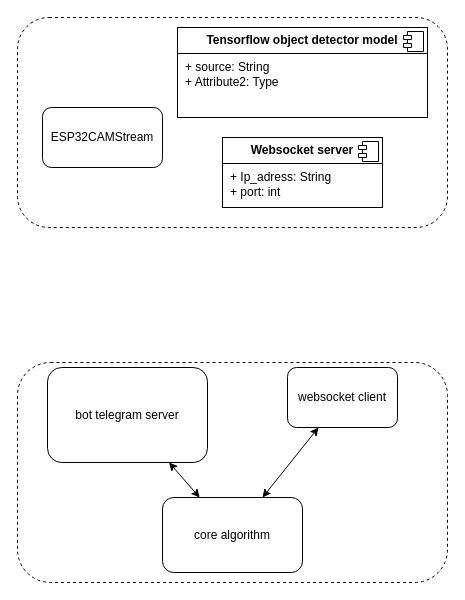
The draw.io diagram code/Module_analyse_image/architecture_logiciel.drawio in JonaBacho/sight-eyes, before the edit. Source tidied: cells renumbered, new cells numbered last; positions are measured from the earlier drawing's top-left corner, leaving out a move shared by most shapes. Both pictures are drawn from the tidied source at 100%, with x=0, y=0 at pixel (17, 17).
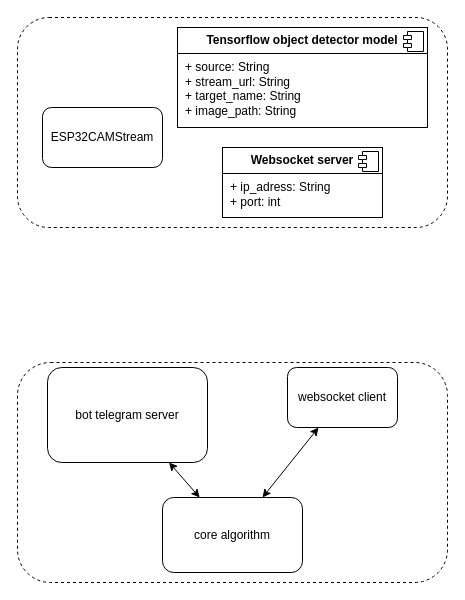
After the change.

Commit message (it also covers changes not shown here):
Mettre à jour architecture_logiciel.drawio

What changed in the source:
```diff
@@
 <mxGraphModel>
   <root>
     <mxCell id="0" />
     <mxCell id="1" parent="0" />
     <mxCell id="2" style="rounded=1;whiteSpace=wrap;html=1;dashed=1;" parent="1" vertex="1">
       <mxGeometry y="345" width="430" height="220" as="geometry" />
     </mxCell>
     <mxCell id="3" value="bot telegram server" style="rounded=1;whiteSpace=wrap;html=1;" parent="1" vertex="1">
       <mxGeometry x="30" y="350" width="160" height="95" as="geometry" />
     </mxCell>
     <mxCell id="4" value="websocket client" style="rounded=1;whiteSpace=wrap;html=1;" parent="1" vertex="1">
       <mxGeometry x="270" y="350" width="110" height="60" as="geometry" />
     </mxCell>
     <mxCell id="5" value="core algorithm" style="rounded=1;whiteSpace=wrap;html=1;" parent="1" vertex="1">
       <mxGeometry x="145" y="480" width="140" height="75" as="geometry" />
     </mxCell>
     <mxCell id="6" style="endArrow=classic;startArrow=classic;html=1;rounded=0;" parent="1" edge="1" source="5" target="3">
       <mxGeometry relative="1" as="geometry" />
     </mxCell>
     <mxCell id="7" style="endArrow=classic;startArrow=classic;html=1;rounded=0;" parent="1" edge="1" source="5" target="4">
       <mxGeometry relative="1" as="geometry" />
     </mxCell>
     <mxCell id="8" style="rounded=1;whiteSpace=wrap;html=1;dashed=1;" parent="1" vertex="1">
       <mxGeometry width="430" height="210" as="geometry" />
     </mxCell>
     <mxCell id="9" value="ESP32CAMStream" style="rounded=1;whiteSpace=wrap;html=1;" parent="1" vertex="1">
       <mxGeometry x="25" y="90" width="120" height="60" as="geometry" />
     </mxCell>
-    <mxCell id="10" value="&lt;p style=&quot;margin:0px;margin-top:6px;text-align:center;&quot;&gt;&lt;b&gt;Websocket server&lt;/b&gt;&lt;/p&gt;&lt;hr size=&quot;1&quot; style=&quot;border-style:solid;&quot;&gt;&lt;p style=&quot;margin:0px;margin-left:8px;&quot;&gt;+ Ip_adress: String&lt;br&gt;+ port: int&lt;/p&gt;" style="align=left;overflow=fill;html=1;whiteSpace=wrap;" parent="1" vertex="1">
-      <mxGeometry x="205" y="120" width="160" height="70" as="geometry" />
+    <mxCell id="10" value="&lt;p style=&quot;margin:0px;margin-top:6px;text-align:center;&quot;&gt;&lt;b&gt;Websocket server&lt;/b&gt;&lt;/p&gt;&lt;hr size=&quot;1&quot; style=&quot;border-style:solid;&quot;&gt;&lt;p style=&quot;margin:0px;margin-left:8px;&quot;&gt;+ ip_adress: String&lt;br&gt;+ port: int&lt;/p&gt;" style="align=left;overflow=fill;html=1;whiteSpace=wrap;" parent="1" vertex="1">
+      <mxGeometry x="205" y="130" width="160" height="70" as="geometry" />
     </mxCell>
     <mxCell id="11" style="shape=component;jettyWidth=8;jettyHeight=4;" parent="10" vertex="1">
       <mxGeometry x="1" width="20" height="20" relative="1" as="geometry">
         <mxPoint x="-24" y="4" as="offset" />
       </mxGeometry>
     </mxCell>
-    <mxCell id="12" value="&lt;p style=&quot;margin:0px;margin-top:6px;text-align:center;&quot;&gt;&lt;b&gt;Tensorflow object detector model&lt;/b&gt;&lt;/p&gt;&lt;hr size=&quot;1&quot; style=&quot;border-style:solid;&quot;&gt;&lt;p style=&quot;margin:0px;margin-left:8px;&quot;&gt;+ source: String&lt;br&gt;+ Attribute2: Type&lt;/p&gt;" style="align=left;overflow=fill;html=1;whiteSpace=wrap;" parent="1" vertex="1">
-      <mxGeometry x="160" y="10" width="250" height="90" as="geometry" />
+    <mxCell id="12" value="&lt;p style=&quot;margin:0px;margin-top:6px;text-align:center;&quot;&gt;&lt;b&gt;Tensorflow object detector model&lt;/b&gt;&lt;/p&gt;&lt;hr size=&quot;1&quot; style=&quot;border-style:solid;&quot;&gt;&lt;p style=&quot;margin:0px;margin-left:8px;&quot;&gt;+ source: String&lt;br&gt;+ stream_url: String&lt;/p&gt;&lt;p style=&quot;margin:0px;margin-left:8px;&quot;&gt;+ target_name: String&lt;/p&gt;&lt;p style=&quot;margin:0px;margin-left:8px;&quot;&gt;+ image_path: String&lt;/p&gt;" style="align=left;overflow=fill;html=1;whiteSpace=wrap;" parent="1" vertex="1">
+      <mxGeometry x="160" y="10" width="250" height="100" as="geometry" />
     </mxCell>
     <mxCell id="13" style="shape=component;jettyWidth=8;jettyHeight=4;" parent="12" vertex="1">
       <mxGeometry x="1" width="20" height="20" relative="1" as="geometry">
         <mxPoint x="-24" y="4" as="offset" />
       </mxGeometry>
     </mxCell>
   </root>
 </mxGraphModel>
```
